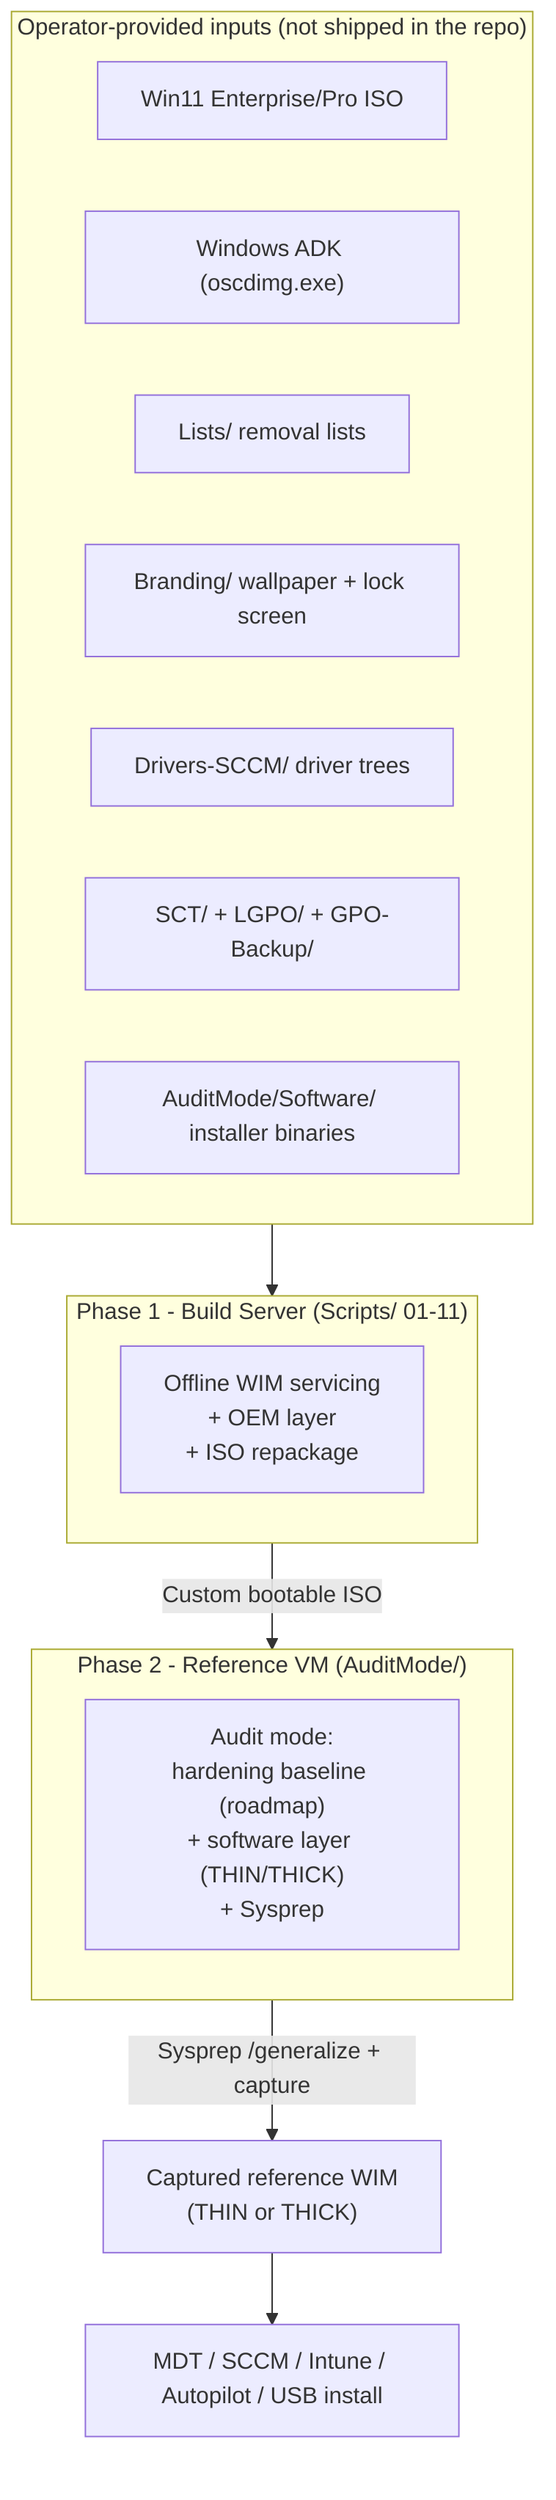
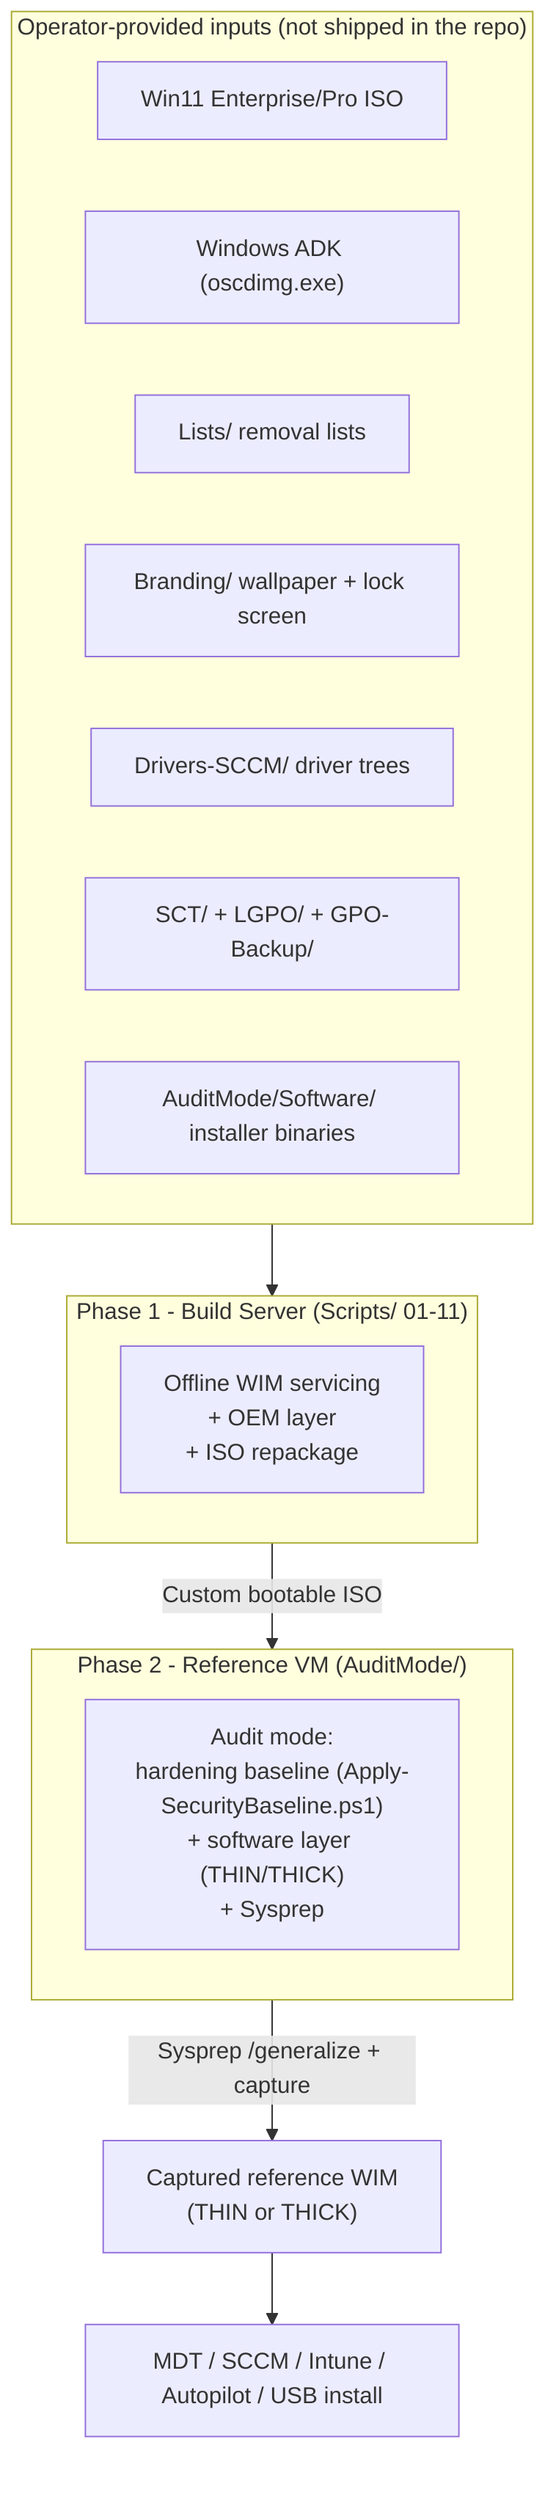
flowchart TB
    subgraph Inputs["Operator-provided inputs (not shipped in the repo)"]
        ISO["Win11 Enterprise/Pro ISO"]
        ADK["Windows ADK (oscdimg.exe)"]
        Lists["Lists/ removal lists"]
        Branding["Branding/ wallpaper + lock screen"]
        Drivers["Drivers-SCCM/ driver trees"]
        Baseline["SCT/ + LGPO/ + GPO-Backup/"]
        Software["AuditMode/Software/ installer binaries"]
    end

    subgraph BuildServer["Phase 1 - Build Server (Scripts/ 01-11)"]
        Pipeline["Offline WIM servicing\n+ OEM layer\n+ ISO repackage"]
    end

    subgraph RefVM["Phase 2 - Reference VM (AuditMode/)"]
-         Audit["Audit mode:\nhardening baseline (roadmap)\n+ software layer (THIN/THICK)\n+ Sysprep"]
+         Audit["Audit mode:\nhardening baseline (Apply-SecurityBaseline.ps1)\n+ software layer (THIN/THICK)\n+ Sysprep"]
    end

    Inputs --> BuildServer
    BuildServer -->|"Custom bootable ISO"| RefVM
    RefVM -->|"Sysprep /generalize + capture"| Image["Captured reference WIM\n(THIN or THICK)"]
    Image --> Deploy["MDT / SCCM / Intune / Autopilot / USB install"]
